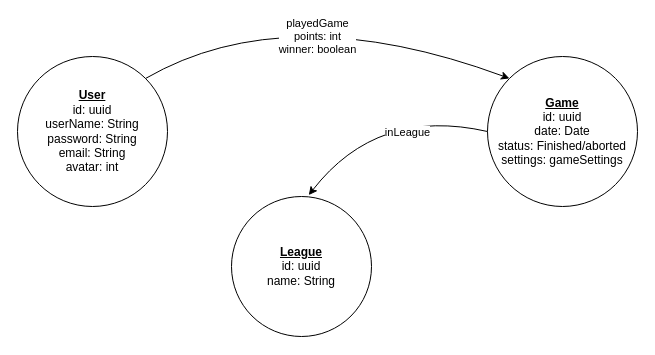
Earlier version of the draw.io diagram page "simple version" (1 of 2) of Database.drawio (BitLord69/SGFM2). Source tidied: cells renumbered, new cells numbered last; positions are measured from the earlier drawing's top-left corner, leaving out a move shared by most shapes. Both pictures are drawn from the tidied source at 100%, with x=0, y=0 at pixel (17, -4).
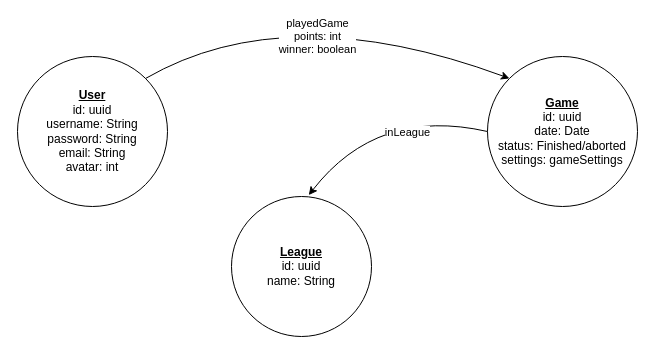
The same diagram, later.

Diff of the diagram source:
```diff
@@
 <mxGraphModel>
   <root>
     <mxCell id="0" />
     <mxCell id="1" parent="0" />
-    <mxCell id="2" value="&lt;u style=&quot;font-weight: bold&quot;&gt;User&lt;/u&gt;&lt;br&gt;id: uuid&lt;br&gt;userName: String&lt;br&gt;password: String&lt;br&gt;email: String&lt;br&gt;avatar: int" style="ellipse;whiteSpace=wrap;html=1;" parent="1" vertex="1">
+    <mxCell id="2" value="&lt;u style=&quot;font-weight: bold&quot;&gt;User&lt;/u&gt;&lt;br&gt;id: uuid&lt;br&gt;username: String&lt;br&gt;password: String&lt;br&gt;email: String&lt;br&gt;avatar: int" style="ellipse;whiteSpace=wrap;html=1;" parent="1" vertex="1">
       <mxGeometry y="60" width="150" height="150" as="geometry" />
     </mxCell>
     <mxCell id="3" value="&lt;u&gt;&lt;b&gt;Game&lt;/b&gt;&lt;/u&gt;&lt;br&gt;id: uuid&lt;br&gt;date: Date&lt;br&gt;status: Finished/aborted&lt;br&gt;settings: gameSettings" style="ellipse;whiteSpace=wrap;html=1;" parent="1" vertex="1">
       <mxGeometry x="470" y="60" width="150" height="150" as="geometry" />
     </mxCell>
     <mxCell id="4" style="curved=1;endArrow=classic;html=1;exitX=1;exitY=0;exitDx=0;exitDy=0;entryX=0;entryY=0;entryDx=0;entryDy=0;" parent="1" edge="1" source="2" target="3">
       <mxGeometry relative="1" as="geometry">
         <Array as="points">
           <mxPoint x="270" />
         </Array>
       </mxGeometry>
     </mxCell>
     <mxCell id="5" value="playedGame&lt;br&gt;points: int&lt;br&gt;winner: boolean" style="edgeLabel;html=1;align=center;verticalAlign=middle;" parent="4" vertex="1">
       <mxGeometry x="0.02" y="-34" relative="1" as="geometry">
         <mxPoint x="3.4" y="-6.1" as="offset" />
       </mxGeometry>
     </mxCell>
     <mxCell id="6" value="&lt;u&gt;&lt;b&gt;League&lt;/b&gt;&lt;/u&gt;&lt;br&gt;id: uuid&lt;br&gt;name: String" style="ellipse;whiteSpace=wrap;html=1;" parent="1" vertex="1">
       <mxGeometry x="214" y="200" width="140" height="140" as="geometry" />
     </mxCell>
     <mxCell id="7" style="curved=1;endArrow=classic;html=1;exitX=0;exitY=0.5;exitDx=0;exitDy=0;entryX=0.552;entryY=-0.01;entryDx=0;entryDy=0;entryPerimeter=0;" parent="1" edge="1" source="3" target="6">
       <mxGeometry relative="1" as="geometry">
         <Array as="points">
           <mxPoint x="360" y="110" />
         </Array>
       </mxGeometry>
     </mxCell>
     <mxCell id="8" value="inLeague" style="edgeLabel;html=1;align=center;verticalAlign=middle;" parent="7" vertex="1">
       <mxGeometry x="0.19" y="17" relative="1" as="geometry">
         <mxPoint x="29.4" y="-2" as="offset" />
       </mxGeometry>
     </mxCell>
   </root>
 </mxGraphModel>
```
